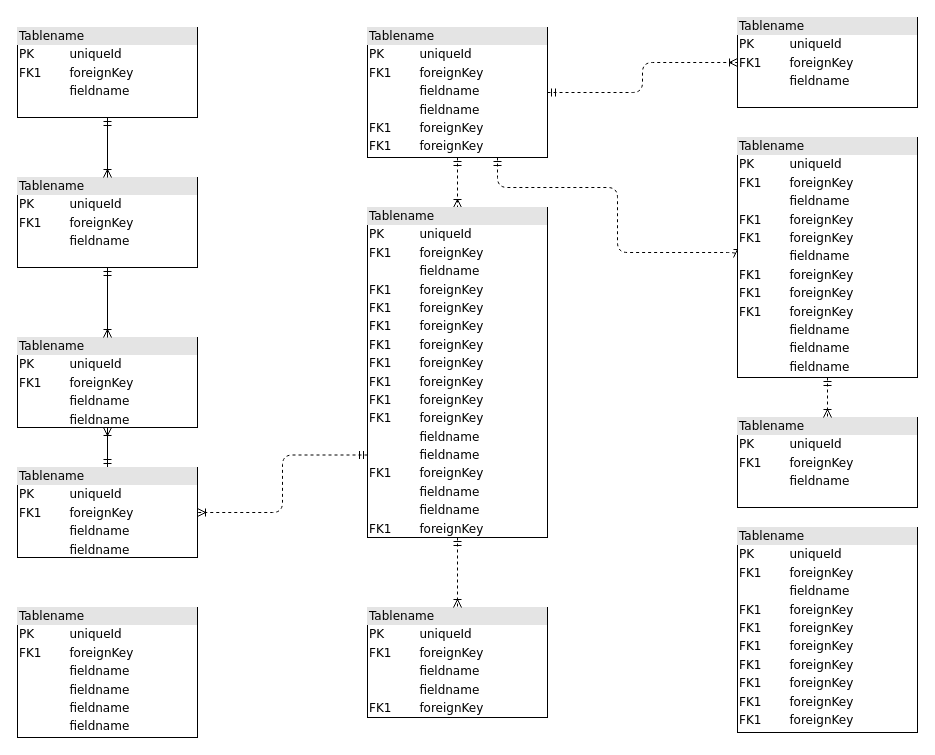
Above: Untitled Diagram.drawio in Rasulbek9911/bot (draw.io), before the change. Source tidied: cells renumbered, new cells numbered last; positions are measured from the earlier drawing's top-left corner, leaving out a move shared by most shapes. Both pictures are drawn from the tidied source at 100%, with x=0, y=0 at pixel (17, 17).
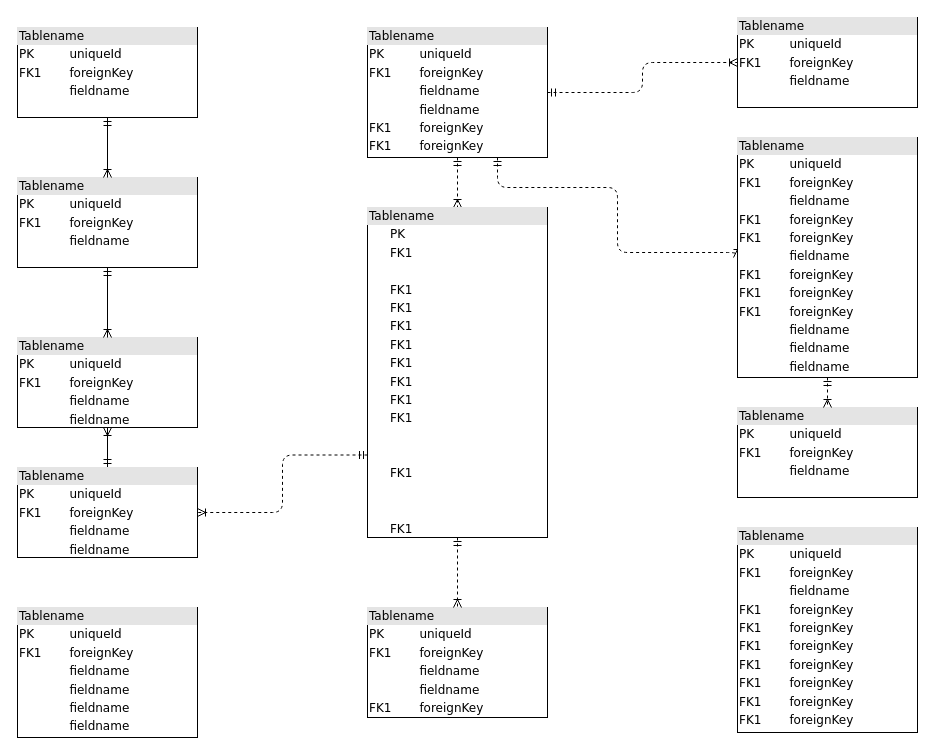
After the change.

Diff of the diagram source:
```diff
@@
-    <mxCell id="16" value="&lt;div style=&quot;box-sizing: border-box ; width: 100% ; background: #e4e4e4 ; padding: 2px&quot;&gt;Tablename&lt;/div&gt;&lt;table style=&quot;width: 100% ; font-size: 1em&quot; cellpadding=&quot;2&quot; cellspacing=&quot;0&quot;&gt;&lt;tbody&gt;&lt;tr&gt;&lt;td&gt;PK&lt;/td&gt;&lt;td&gt;uniqueId&lt;/td&gt;&lt;/tr&gt;&lt;tr&gt;&lt;td&gt;FK1&lt;/td&gt;&lt;td&gt;foreignKey&lt;/td&gt;&lt;/tr&gt;&lt;tr&gt;&lt;td&gt;&lt;/td&gt;&lt;td&gt;fieldname&lt;/td&gt;&lt;/tr&gt;&lt;tr&gt;&lt;td&gt;FK1&lt;br&gt;&lt;/td&gt;&lt;td&gt;foreignKey&lt;br&gt;&lt;/td&gt;&lt;/tr&gt;&lt;tr&gt;&lt;td&gt;FK1&lt;br&gt;&lt;/td&gt;&lt;td&gt;foreignKey&lt;br&gt;&lt;/td&gt;&lt;/tr&gt;&lt;tr&gt;&lt;td&gt;FK1&lt;br&gt;&lt;/td&gt;&lt;td&gt;foreignKey&lt;br&gt;&lt;/td&gt;&lt;/tr&gt;&lt;tr&gt;&lt;td&gt;FK1&lt;br&gt;&lt;/td&gt;&lt;td&gt;foreignKey&lt;br&gt;&lt;/td&gt;&lt;/tr&gt;&lt;tr&gt;&lt;td&gt;FK1&lt;br&gt;&lt;/td&gt;&lt;td&gt;foreignKey&lt;br&gt;&lt;/td&gt;&lt;/tr&gt;&lt;tr&gt;&lt;td&gt;FK1&lt;br&gt;&lt;/td&gt;&lt;td&gt;foreignKey&lt;br&gt;&lt;/td&gt;&lt;/tr&gt;&lt;tr&gt;&lt;td&gt;FK1&lt;br&gt;&lt;/td&gt;&lt;td&gt;foreignKey&lt;br&gt;&lt;/td&gt;&lt;/tr&gt;&lt;tr&gt;&lt;td&gt;FK1&lt;br&gt;&lt;/td&gt;&lt;td&gt;foreignKey&lt;br&gt;&lt;/td&gt;&lt;/tr&gt;&lt;tr&gt;&lt;td&gt;&lt;br&gt;&lt;/td&gt;&lt;td&gt;fieldname&lt;br&gt;&lt;/td&gt;&lt;/tr&gt;&lt;tr&gt;&lt;td&gt;&lt;br&gt;&lt;/td&gt;&lt;td&gt;fieldname&lt;br&gt;&lt;/td&gt;&lt;/tr&gt;&lt;tr&gt;&lt;td&gt;FK1&lt;br&gt;&lt;/td&gt;&lt;td&gt;foreignKey&lt;br&gt;&lt;/td&gt;&lt;/tr&gt;&lt;tr&gt;&lt;td&gt;&lt;br&gt;&lt;/td&gt;&lt;td&gt;fieldname&lt;br&gt;&lt;/td&gt;&lt;/tr&gt;&lt;tr&gt;&lt;td&gt;&lt;br&gt;&lt;/td&gt;&lt;td&gt;fieldname&lt;br&gt;&lt;/td&gt;&lt;/tr&gt;&lt;tr&gt;&lt;td&gt;FK1&lt;br&gt;&lt;/td&gt;&lt;td&gt;foreignKey&lt;br&gt;&lt;/td&gt;&lt;/tr&gt;&lt;/tbody&gt;&lt;/table&gt;" style="verticalAlign=top;align=left;overflow=fill;html=1;rounded=0;shadow=0;comic=0;labelBackgroundColor=none;strokeWidth=1;fontFamily=Verdana;fontSize=12;" parent="1" vertex="1">
+    <mxCell id="16" value="&lt;div style=&quot;box-sizing: border-box ; width: 100% ; background: #e4e4e4 ; padding: 2px&quot;&gt;Tablename&lt;/div&gt;&lt;table style=&quot;width: 100% ; font-size: 1em&quot; cellpadding=&quot;2&quot; cellspacing=&quot;0&quot;&gt;&lt;tbody&gt;&lt;tr&gt;&lt;td&gt;&lt;br&gt;&lt;/td&gt;&lt;td&gt;PK&lt;/td&gt;&lt;td&gt;&lt;br&gt;&lt;/td&gt;&lt;/tr&gt;&lt;tr&gt;&lt;td&gt;&lt;br&gt;&lt;/td&gt;&lt;td&gt;FK1&lt;/td&gt;&lt;td&gt;&lt;br&gt;&lt;/td&gt;&lt;/tr&gt;&lt;tr&gt;&lt;td&gt;&lt;br&gt;&lt;/td&gt;&lt;td&gt;&lt;/td&gt;&lt;td&gt;&lt;br&gt;&lt;/td&gt;&lt;/tr&gt;&lt;tr&gt;&lt;td&gt;&lt;br&gt;&lt;/td&gt;&lt;td&gt;FK1&lt;br&gt;&lt;/td&gt;&lt;td&gt;&lt;br&gt;&lt;/td&gt;&lt;/tr&gt;&lt;tr&gt;&lt;td&gt;&lt;br&gt;&lt;/td&gt;&lt;td&gt;FK1&lt;br&gt;&lt;/td&gt;&lt;td&gt;&lt;br&gt;&lt;/td&gt;&lt;/tr&gt;&lt;tr&gt;&lt;td&gt;&lt;br&gt;&lt;/td&gt;&lt;td&gt;FK1&lt;br&gt;&lt;/td&gt;&lt;td&gt;&lt;br&gt;&lt;/td&gt;&lt;/tr&gt;&lt;tr&gt;&lt;td&gt;&lt;br&gt;&lt;/td&gt;&lt;td&gt;FK1&lt;br&gt;&lt;/td&gt;&lt;td&gt;&lt;br&gt;&lt;/td&gt;&lt;/tr&gt;&lt;tr&gt;&lt;td&gt;&lt;br&gt;&lt;/td&gt;&lt;td&gt;FK1&lt;br&gt;&lt;/td&gt;&lt;td&gt;&lt;br&gt;&lt;/td&gt;&lt;/tr&gt;&lt;tr&gt;&lt;td&gt;&lt;br&gt;&lt;/td&gt;&lt;td&gt;FK1&lt;br&gt;&lt;/td&gt;&lt;td&gt;&lt;br&gt;&lt;/td&gt;&lt;/tr&gt;&lt;tr&gt;&lt;td&gt;&lt;br&gt;&lt;/td&gt;&lt;td&gt;FK1&lt;br&gt;&lt;/td&gt;&lt;td&gt;&lt;br&gt;&lt;/td&gt;&lt;/tr&gt;&lt;tr&gt;&lt;td&gt;&lt;br&gt;&lt;/td&gt;&lt;td&gt;FK1&lt;br&gt;&lt;/td&gt;&lt;td&gt;&lt;br&gt;&lt;/td&gt;&lt;/tr&gt;&lt;tr&gt;&lt;td&gt;&lt;br&gt;&lt;/td&gt;&lt;td&gt;&lt;br&gt;&lt;/td&gt;&lt;td&gt;&lt;br&gt;&lt;/td&gt;&lt;/tr&gt;&lt;tr&gt;&lt;td&gt;&lt;br&gt;&lt;/td&gt;&lt;td&gt;&lt;br&gt;&lt;/td&gt;&lt;td&gt;&lt;br&gt;&lt;/td&gt;&lt;/tr&gt;&lt;tr&gt;&lt;td&gt;&lt;br&gt;&lt;/td&gt;&lt;td&gt;FK1&lt;br&gt;&lt;/td&gt;&lt;td&gt;&lt;br&gt;&lt;/td&gt;&lt;/tr&gt;&lt;tr&gt;&lt;td&gt;&lt;br&gt;&lt;/td&gt;&lt;td&gt;&lt;br&gt;&lt;/td&gt;&lt;td&gt;&lt;br&gt;&lt;/td&gt;&lt;/tr&gt;&lt;tr&gt;&lt;td&gt;&lt;br&gt;&lt;/td&gt;&lt;td&gt;&lt;br&gt;&lt;/td&gt;&lt;td&gt;&lt;br&gt;&lt;/td&gt;&lt;/tr&gt;&lt;tr&gt;&lt;td&gt;&lt;br&gt;&lt;/td&gt;&lt;td&gt;FK1&lt;br&gt;&lt;/td&gt;&lt;td&gt;&lt;br&gt;&lt;/td&gt;&lt;/tr&gt;&lt;/tbody&gt;&lt;/table&gt;" style="verticalAlign=top;align=left;overflow=fill;html=1;rounded=0;shadow=0;comic=0;labelBackgroundColor=none;strokeWidth=1;fontFamily=Verdana;fontSize=12;" parent="1" vertex="1">
       <mxGeometry x="350" y="190" width="180" height="330" as="geometry" />
     </mxCell>
     <mxCell id="17" value="&lt;div style=&quot;box-sizing:border-box;width:100%;background:#e4e4e4;padding:2px;&quot;&gt;Tablename&lt;/div&gt;&lt;table style=&quot;width:100%;font-size:1em;&quot; cellpadding=&quot;2&quot; cellspacing=&quot;0&quot;&gt;&lt;tr&gt;&lt;td&gt;PK&lt;/td&gt;&lt;td&gt;uniqueId&lt;/td&gt;&lt;/tr&gt;&lt;tr&gt;&lt;td&gt;FK1&lt;/td&gt;&lt;td&gt;foreignKey&lt;/td&gt;&lt;/tr&gt;&lt;tr&gt;&lt;td&gt;&lt;/td&gt;&lt;td&gt;fieldname&lt;/td&gt;&lt;/tr&gt;&lt;/table&gt;" style="verticalAlign=top;align=left;overflow=fill;html=1;rounded=0;shadow=0;comic=0;labelBackgroundColor=none;strokeWidth=1;fontFamily=Verdana;fontSize=12;" parent="1" vertex="1">
-      <mxGeometry x="720" y="400" width="180" height="90" as="geometry" />
+      <mxGeometry x="720" y="390" width="180" height="90" as="geometry" />
     </mxCell>
```
